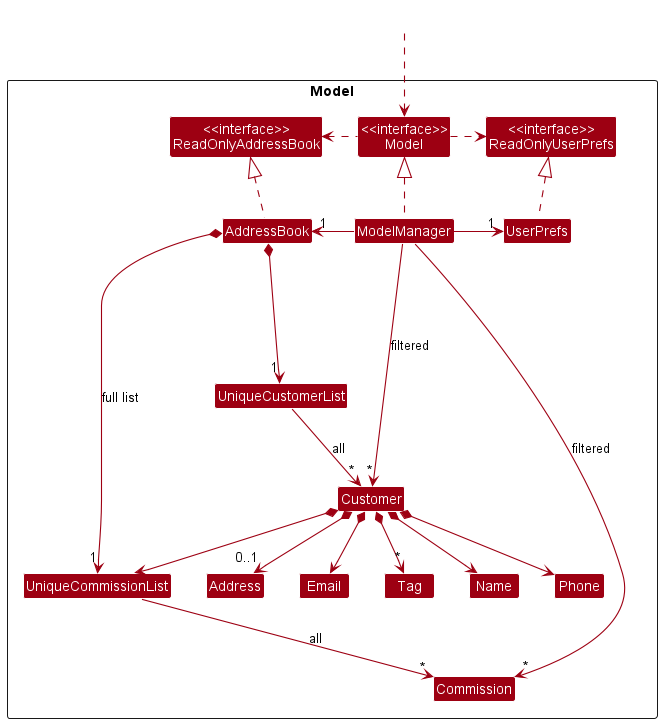
Earlier version of the PlantUML export docs/images/ModelClassDiagram.png (nus-cs2103-AY2223S1/tp).
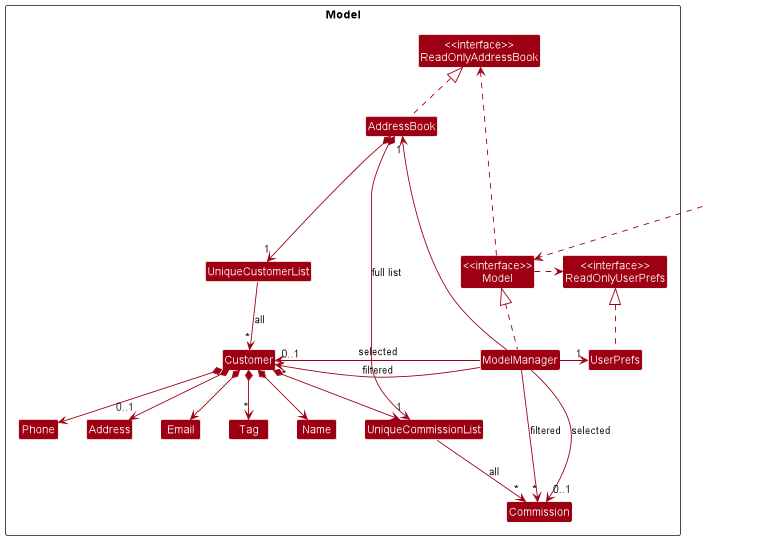
After the change.

Commit message:
Fix typos in DeleteSequenceDiagram

Change to the diagram source:
```diff
@@ -46,6 +46,8 @@
 
 UniqueCommissionList --> "~*" Commission : all
 ModelManager --> "~*" Commission : filtered
+ModelManager --> "0..1" Commission : selected
+ModelManager --> "0..1" Customer : selected
 AddressBook *--> "1" UniqueCommissionList: full list
 
 Name -[hidden]right-> Phone
```
